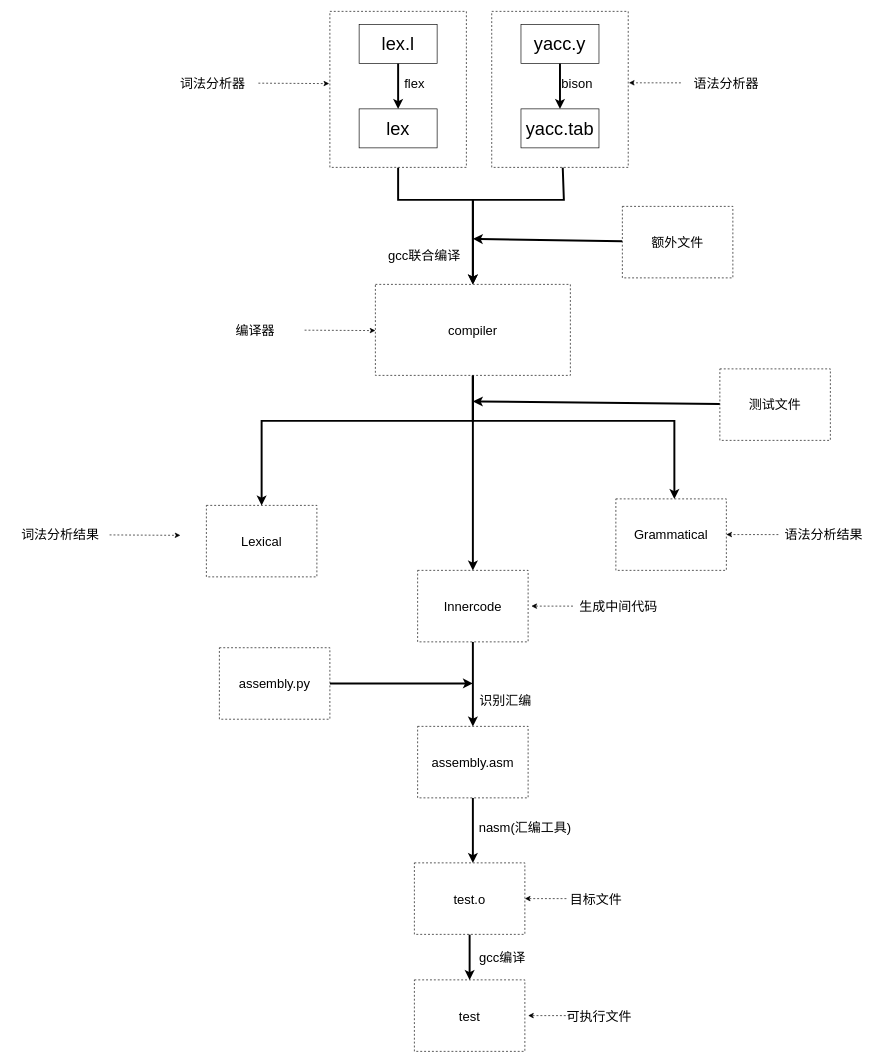
The draw.io diagram 流程.drawio in NTMRWSB/Simple-C-Compiler, before the edit. Source tidied: cells renumbered, new cells numbered last; positions are measured from the earlier drawing's top-left corner, leaving out a move shared by most shapes. Both pictures are drawn from the tidied source at 65%, with x=0, y=0 at pixel (11, 11).
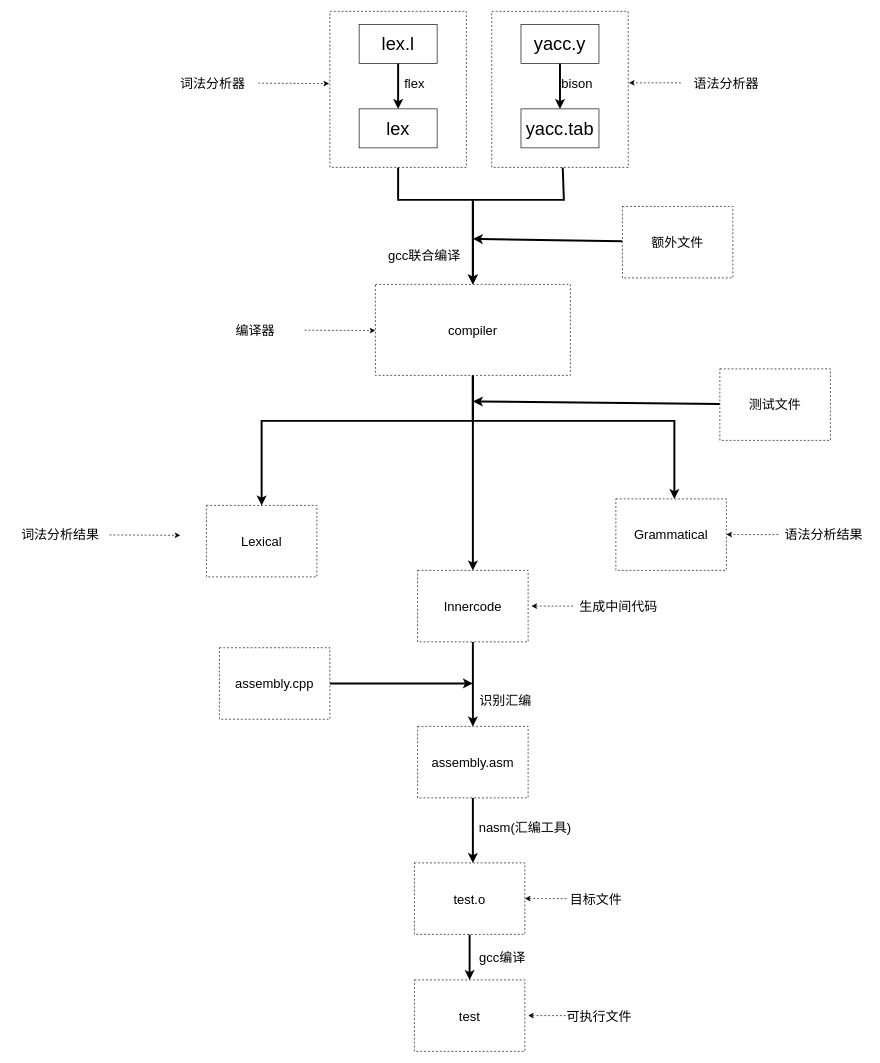
Above is the later version.

Change to the diagram source:
```diff
@@
-    <mxCell id="42" value="assembly.py" style="rounded=0;whiteSpace=wrap;html=1;fontSize=20;dashed=1;" parent="1" vertex="1">
+    <mxCell id="42" value="assembly.cpp" style="rounded=0;whiteSpace=wrap;html=1;fontSize=20;dashed=1;" parent="1" vertex="1">
       <mxGeometry x="320" y="979" width="170" height="110" as="geometry" />
     </mxCell>
```
